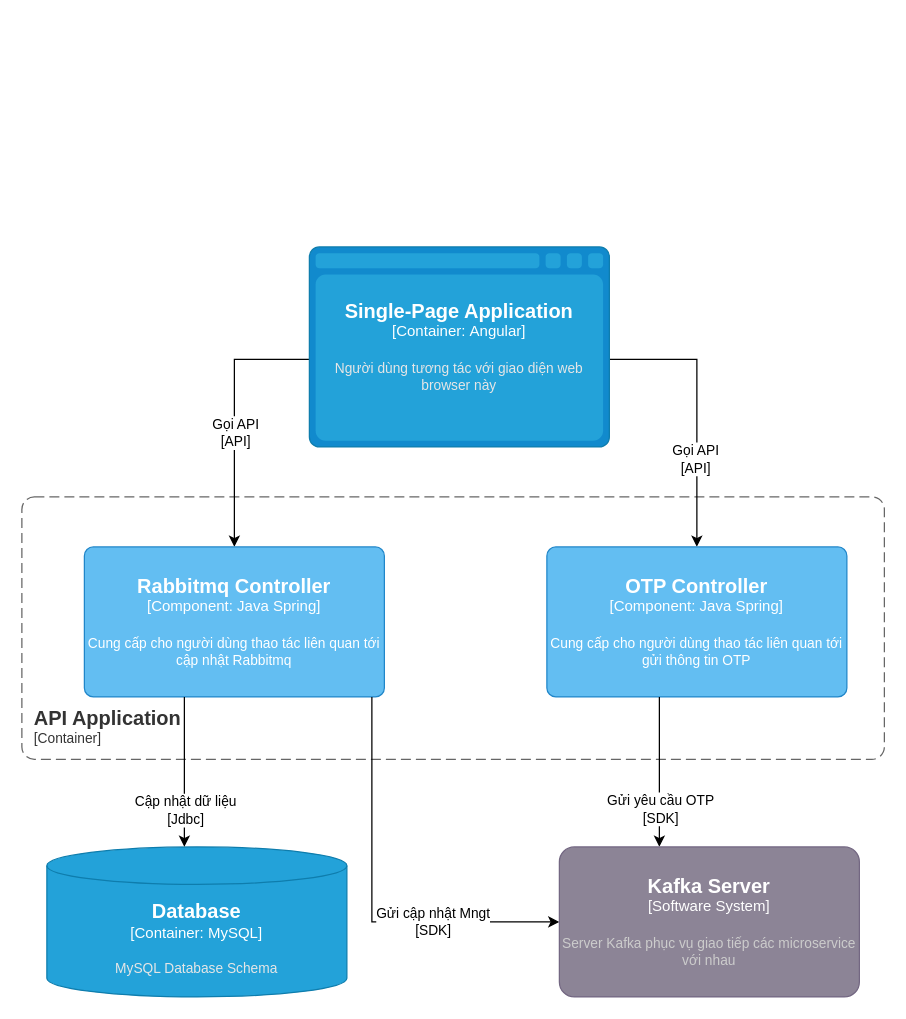
Earlier version of the draw.io diagram Idg-Portal lv3 Rabbitmq API.drawio (dangngocsoncntt/draw.io). Source tidied: cells renumbered, new cells numbered last; positions are measured from the earlier drawing's top-left corner, leaving out a move shared by most shapes. Both pictures are drawn from the tidied source at 125%, with x=0, y=0 at pixel (21, 246).
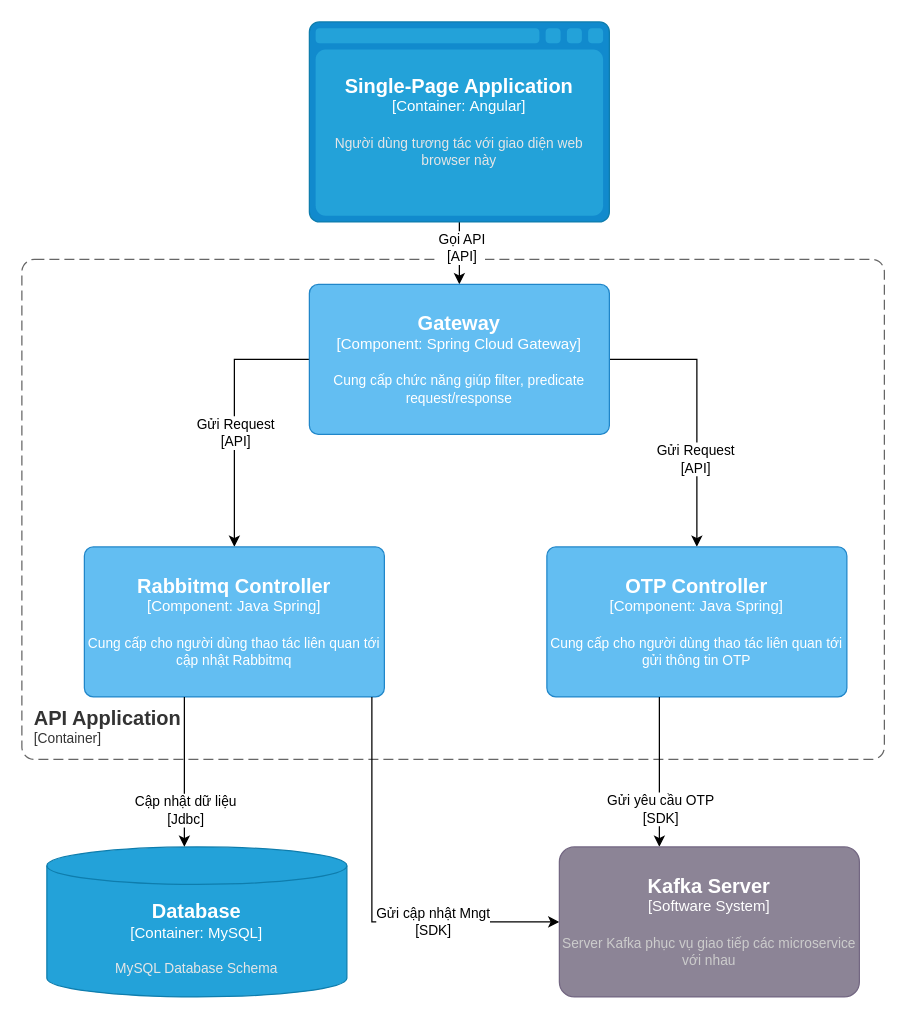
The same diagram, later.

Unchanged cells that the change refers to:
```xml
<object id="8" label="&lt;font style=&quot;font-size: 16px&quot;&gt;&lt;b&gt;%c4Name%&lt;/b&gt;&lt;/font&gt;&lt;div&gt;[%c4Type%: %c4Technology%]&lt;/div&gt;&lt;br&gt;&lt;div&gt;&lt;font style=&quot;font-size: 11px&quot;&gt;%c4Description%&lt;/font&gt;&lt;/div&gt;" c4Description="Cung cấp cho người dùng thao tác liên quan tới cập nhật Rabbitmq" c4Name="Rabbitmq Controller" c4Technology="Java Spring" c4Type="Component" placeholders="1">
  <mxCell style="rounded=1;whiteSpace=wrap;html=1;labelBackgroundColor=none;fillColor=#63BEF2;fontColor=#ffffff;align=center;arcSize=6;strokeColor=#2086C9;points=[[0.25,0,0],[0.5,0,0],[0.75,0,0],[1,0.25,0],[1,0.5,0],[1,0.75,0],[0.75,1,0],[0.5,1,0],[0.25,1,0],[0,0.75,0],[0,0.5,0],[0,0.25,0]];" parent="1" vertex="1">
    <mxGeometry x="50" y="240" width="240" height="120" as="geometry" />
  </mxCell>
</object>
<object id="9" label="&lt;font style=&quot;font-size: 16px&quot;&gt;&lt;b&gt;%c4Name%&lt;/b&gt;&lt;/font&gt;&lt;div&gt;[%c4Type%: %c4Technology%]&lt;/div&gt;&lt;br&gt;&lt;div&gt;&lt;font style=&quot;font-size: 11px&quot;&gt;%c4Description%&lt;/font&gt;&lt;/div&gt;" c4Description="Cung cấp cho người dùng thao tác liên quan tới gửi thông tin OTP" c4Name="OTP Controller" c4Technology="Java Spring" c4Type="Component" placeholders="1">
  <mxCell style="rounded=1;whiteSpace=wrap;html=1;labelBackgroundColor=none;fillColor=#63BEF2;fontColor=#ffffff;align=center;arcSize=6;strokeColor=#2086C9;points=[[0.25,0,0],[0.5,0,0],[0.75,0,0],[1,0.25,0],[1,0.5,0],[1,0.75,0],[0.75,1,0],[0.5,1,0],[0.25,1,0],[0,0.75,0],[0,0.5,0],[0,0.25,0]];" parent="1" vertex="1">
    <mxGeometry x="420" y="240" width="240" height="120" as="geometry" />
  </mxCell>
</object>
```

Change to the diagram source:
```diff
@@
     <object id="2" label="&lt;font style=&quot;font-size: 16px&quot;&gt;&lt;b&gt;&lt;div style=&quot;text-align: left&quot;&gt;%c4Name%&lt;/div&gt;&lt;/b&gt;&lt;/font&gt;&lt;div style=&quot;text-align: left&quot;&gt;[%c4Application%]&lt;/div&gt;" c4Application="Container" c4Name="API Application" placeholders="1">
       <mxCell style="rounded=1;fontSize=11;whiteSpace=wrap;html=1;dashed=1;arcSize=20;fillColor=none;strokeColor=#666666;fontColor=#333333;labelBackgroundColor=none;align=left;verticalAlign=bottom;labelBorderColor=none;spacingTop=0;spacing=10;dashPattern=8 4;perimeter=rectanglePerimeter;noLabel=0;labelPadding=0;absoluteArcSize=1;" parent="1" vertex="1">
-        <mxGeometry y="200" width="690" height="210" as="geometry" />
+        <mxGeometry y="10" width="690" height="400" as="geometry" />
       </mxCell>
     </object>
-    <mxCell id="3" style="edgeStyle=orthogonalEdgeStyle;rounded=0;jettySize=auto;html=1;" parent="1" edge="1" source="7" target="8">
+    <mxCell id="3" style="edgeStyle=orthogonalEdgeStyle;rounded=0;jettySize=auto;html=1;" parent="1" edge="1" target="8">
       <mxGeometry relative="1" as="geometry">
+        <mxPoint x="230" y="90" as="sourcePoint" />
         <Array as="points">
           <mxPoint x="170" y="90" />
         </Array>
       </mxGeometry>
     </mxCell>
-    <mxCell id="4" value="Gọi API&lt;br style=&quot;border-color: var(--border-color);&quot;&gt;[API]" style="edgeLabel;html=1;align=center;verticalAlign=middle;" parent="3" vertex="1">
+    <mxCell id="4" value="Gửi Request&lt;br style=&quot;border-color: var(--border-color);&quot;&gt;[API]" style="edgeLabel;html=1;align=center;verticalAlign=middle;" parent="3" vertex="1">
       <mxGeometry x="0.12" relative="1" as="geometry" />
     </mxCell>
-    <mxCell id="5" style="edgeStyle=orthogonalEdgeStyle;rounded=0;jettySize=auto;html=1;" parent="1" edge="1" source="7" target="9">
+    <mxCell id="5" style="edgeStyle=orthogonalEdgeStyle;rounded=0;jettySize=auto;html=1;" parent="1" edge="1" target="9">
       <mxGeometry relative="1" as="geometry">
+        <mxPoint x="470" y="90" as="sourcePoint" />
         <Array as="points">
           <mxPoint x="540" y="90" />
         </Array>
       </mxGeometry>
     </mxCell>
-    <mxCell id="6" value="Gọi API&lt;br style=&quot;border-color: var(--border-color);&quot;&gt;[API]" style="edgeLabel;html=1;align=center;verticalAlign=middle;" parent="5" vertex="1">
+    <mxCell id="6" value="Gửi Request&lt;br style=&quot;border-color: var(--border-color);&quot;&gt;[API]" style="edgeLabel;html=1;align=center;verticalAlign=middle;" parent="5" vertex="1">
       <mxGeometry x="0.35" y="-2" relative="1" as="geometry" />
     </mxCell>
-    <object id="7" label="&lt;font style=&quot;font-size: 16px&quot;&gt;&lt;b&gt;%c4Type%&lt;/b&gt;&lt;/font&gt;&lt;div&gt;[%c4Container%:&amp;nbsp;%c4Technology%]&lt;/div&gt;&lt;br&gt;&lt;div&gt;&lt;font style=&quot;font-size: 11px&quot;&gt;&lt;font color=&quot;#E6E6E6&quot;&gt;%c4Description%&lt;/font&gt;&lt;/div&gt;" c4Container="Container" c4Description="Người dùng tương tác với giao diện web browser này" c4Technology="Angular" c4Type="Single-Page Application" placeholders="1">
-      <mxCell style="shape=mxgraph.c4.webBrowserContainer2;whiteSpace=wrap;html=1;boundedLbl=1;rounded=0;labelBackgroundColor=none;strokeColor=#118ACD;fillColor=#23A2D9;strokeColor=#118ACD;strokeColor2=#0E7DAD;fontSize=12;fontColor=#ffffff;align=center;points=[[0.5,0,0],[1,0.25,0],[1,0.5,0],[1,0.75,0],[0.5,1,0],[0,0.75,0],[0,0.5,0],[0,0.25,0]];" parent="1" vertex="1">
-        <mxGeometry x="230" width="240" height="160" as="geometry" />
-      </mxCell>
-    </object>
@@
+    <mxCell id="18" style="edgeStyle=orthogonalEdgeStyle;rounded=0;jettySize=auto;html=1;" parent="1" edge="1" source="7" target="20">
+      <mxGeometry relative="1" as="geometry" />
+    </mxCell>
+    <mxCell id="19" value="Gọi API&lt;br&gt;[API]" style="edgeLabel;html=1;align=center;verticalAlign=middle;" parent="18" vertex="1">
+      <mxGeometry x="-0.22" y="1" relative="1" as="geometry" />
+    </mxCell>
+    <object id="7" label="&lt;font style=&quot;font-size: 16px&quot;&gt;&lt;b&gt;%c4Type%&lt;/b&gt;&lt;/font&gt;&lt;div&gt;[%c4Container%:&amp;nbsp;%c4Technology%]&lt;/div&gt;&lt;br&gt;&lt;div&gt;&lt;font style=&quot;font-size: 11px&quot;&gt;&lt;font color=&quot;#E6E6E6&quot;&gt;%c4Description%&lt;/font&gt;&lt;/div&gt;" c4Container="Container" c4Description="Người dùng tương tác với giao diện web browser này" c4Technology="Angular" c4Type="Single-Page Application" placeholders="1">
+      <mxCell style="shape=mxgraph.c4.webBrowserContainer2;whiteSpace=wrap;html=1;boundedLbl=1;rounded=0;labelBackgroundColor=none;strokeColor=#118ACD;fillColor=#23A2D9;strokeColor=#118ACD;strokeColor2=#0E7DAD;fontSize=12;fontColor=#ffffff;align=center;points=[[0.5,0,0],[1,0.25,0],[1,0.5,0],[1,0.75,0],[0.5,1,0],[0,0.75,0],[0,0.5,0],[0,0.25,0]];" parent="1" vertex="1">
+        <mxGeometry x="230" y="-180" width="240" height="160" as="geometry" />
+      </mxCell>
+    </object>
+    <object id="20" label="&lt;font style=&quot;font-size: 16px&quot;&gt;&lt;b&gt;%c4Name%&lt;/b&gt;&lt;/font&gt;&lt;div&gt;[%c4Type%: %c4Technology%]&lt;/div&gt;&lt;br&gt;&lt;div&gt;&lt;font style=&quot;font-size: 11px&quot;&gt;%c4Description%&lt;/font&gt;&lt;/div&gt;" c4Description="Cung cấp chức năng giúp filter, predicate request/response" c4Name="Gateway" c4Technology="Spring Cloud Gateway" c4Type="Component" placeholders="1">
+      <mxCell style="rounded=1;whiteSpace=wrap;html=1;labelBackgroundColor=none;fillColor=#63BEF2;fontColor=#ffffff;align=center;arcSize=6;strokeColor=#2086C9;points=[[0.25,0,0],[0.5,0,0],[0.75,0,0],[1,0.25,0],[1,0.5,0],[1,0.75,0],[0.75,1,0],[0.5,1,0],[0.25,1,0],[0,0.75,0],[0,0.5,0],[0,0.25,0]];" parent="1" vertex="1">
+        <mxGeometry x="230" y="30" width="240" height="120" as="geometry" />
+      </mxCell>
+    </object>
```
